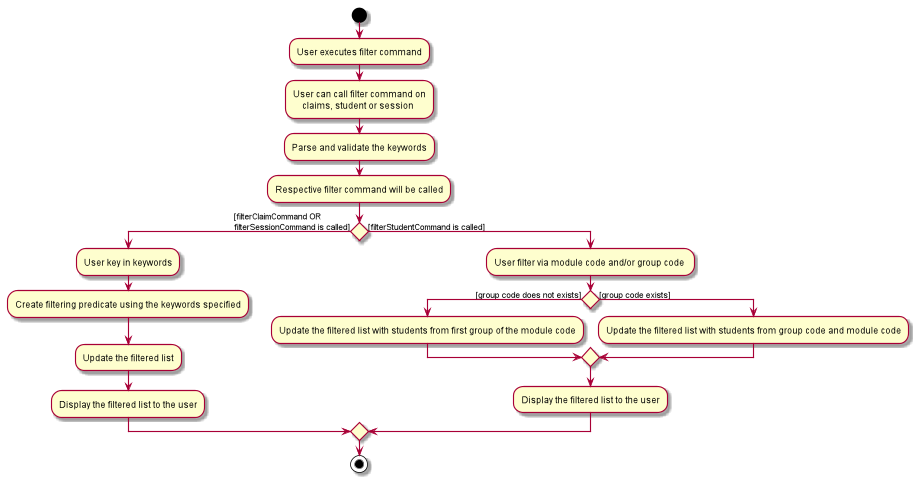
Earlier version of the PlantUML export docs/images/FilterCommandActivityDiagram.png (nus-cs2103-AY1920S2/addressbook-level3).
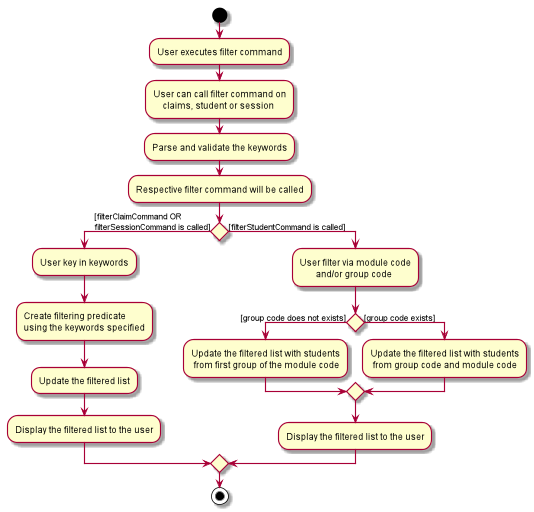
After the change.

What changed in the source:
```diff
@@ -12,18 +12,22 @@
 if () then ([filterClaimCommand OR
 filterSessionCommand is called])
     :User key in keywords;
-    :Create filtering predicate using the keywords specified;
+    :Create filtering predicate
+    using the keywords specified;
     :Update the filtered list;
     :Display the filtered list to the user;
 
 
 else ([filterStudentCommand is called])
-    :User filter via module code and/or group code ;
+    :User filter via module code
+           and/or group code ;
 
     if () then ([group code does not exists])
-       :Update the filtered list with students from first group of the module code;
+       :Update the filtered list with students
+        from first group of the module code;
     else ([group code exists])
-       :Update the filtered list with students from group code and module code;
+       :Update the filtered list with students
+        from group code and module code;
 
 endif
 :Display the filtered list to the user;
```
